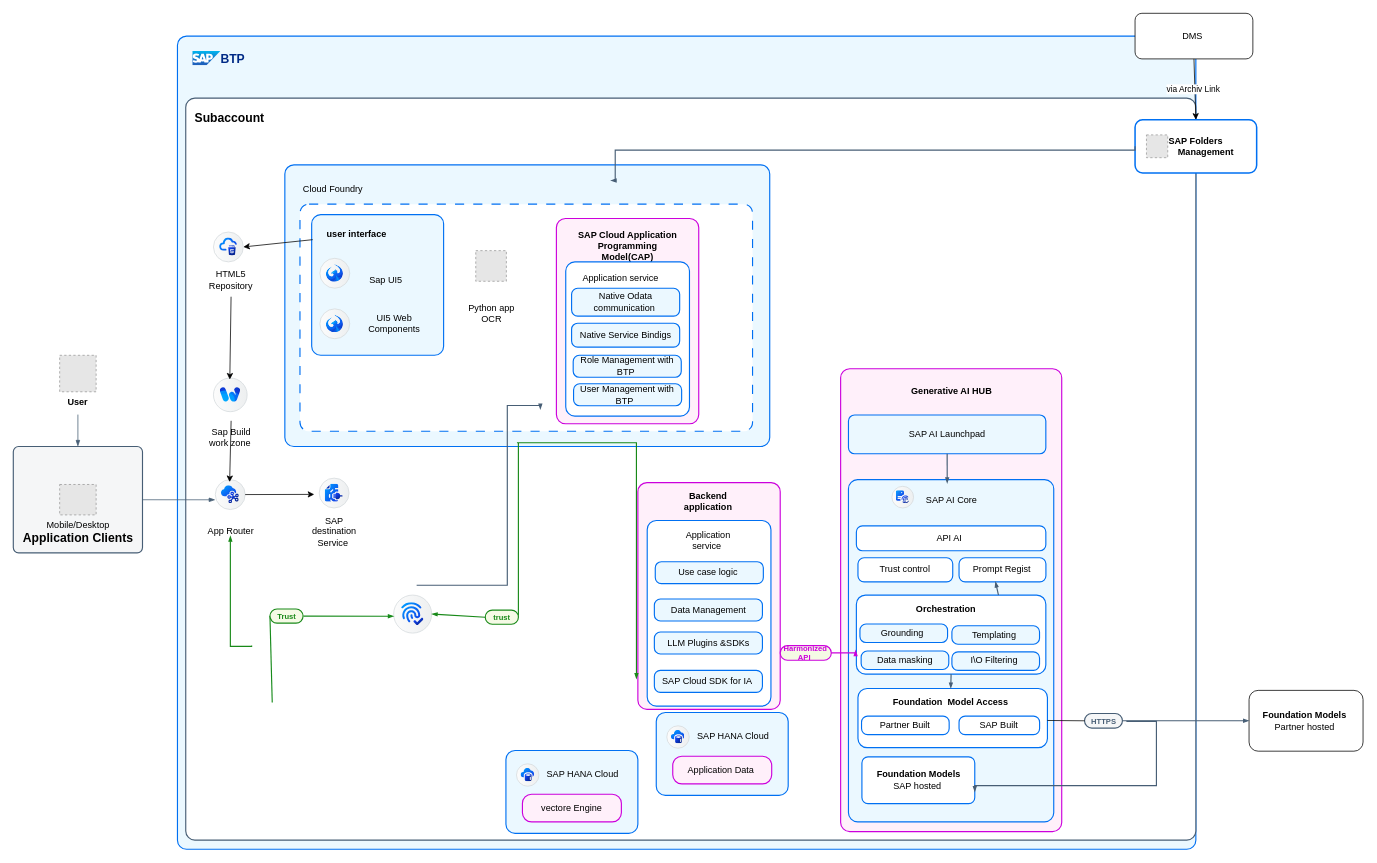
This is Appeals.drawio from sahar389/algorithem-voyelle, a draw.io file, before an edit. Source tidied: cells renumbered, new cells numbered last; positions are measured from the earlier drawing's top-left corner, leaving out a move shared by most shapes. Both pictures are drawn from the tidied source at 76%, with x=0, y=0 at pixel (13, 13). Pictures stored in the file or linked from it are replaced by grey dashed boxes.
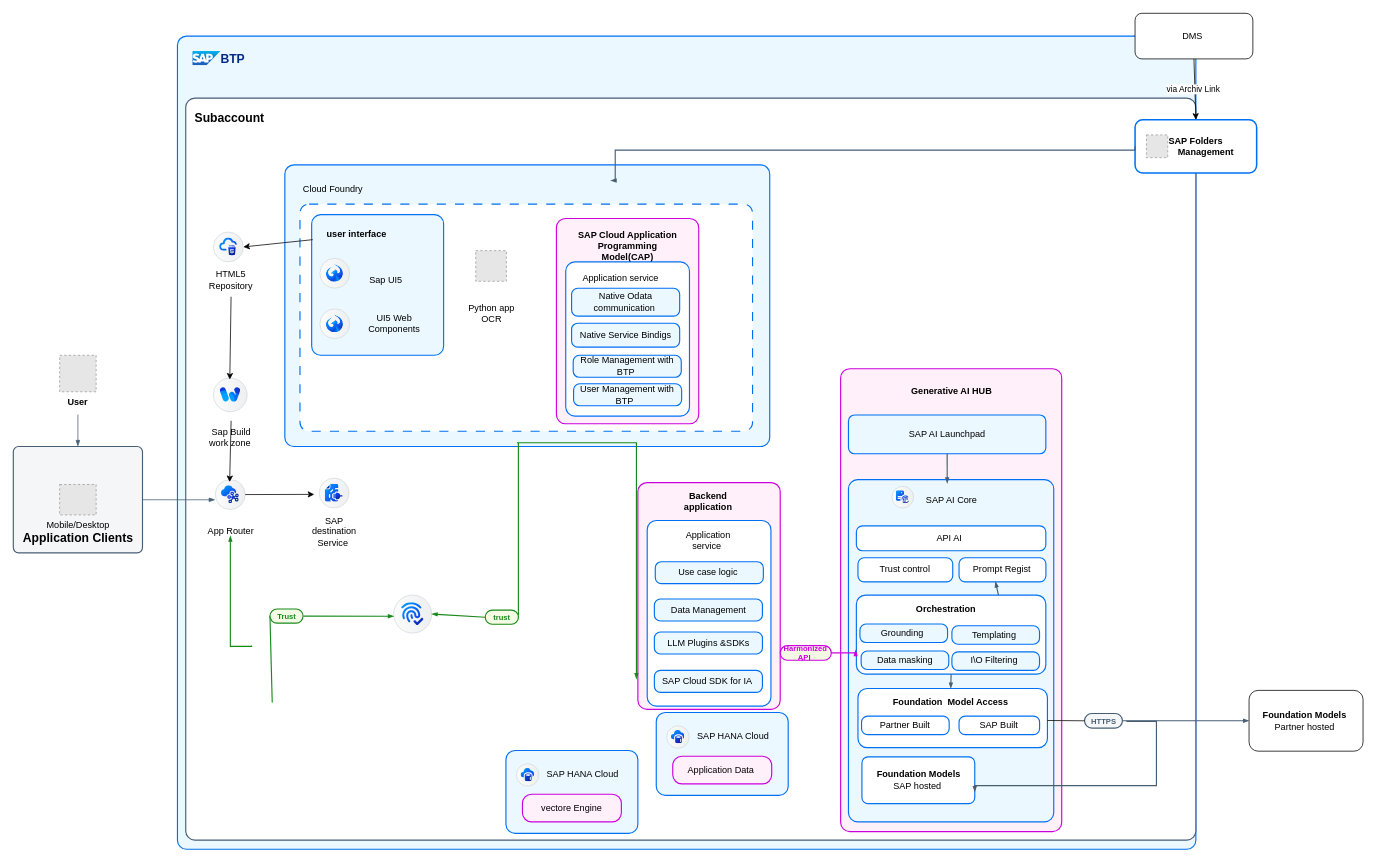
After the change.

Unchanged cells that the change refers to:
```xml
<mxCell id="2" style="rounded=1;whiteSpace=wrap;html=1;strokeColor=#0070F2;fillColor=#EBF8FF;arcSize=24;absoluteArcSize=1;imageWidth=64;imageHeight=64;strokeWidth=1.5;" parent="1" vertex="1">
  <mxGeometry x="216" y="30" width="1340" height="1070" as="geometry" />
</mxCell>
```

Change to the diagram source:
```diff
@@
-    <mxCell id="34" style="edgeStyle=orthogonalEdgeStyle;rounded=0;orthogonalLoop=1;jettySize=auto;html=1;fontSize=18;strokeColor=#475E75;fontFamily=Helvetica;fontColor=default;targetPerimeterSpacing=15;endSize=4;startSize=4;endArrow=blockThin;endFill=1;strokeWidth=1.5;startArrow=none;startFill=0;" parent="2" edge="1">
-      <mxGeometry relative="1" as="geometry">
-        <mxPoint x="314.7" y="722.5" as="sourcePoint" />
-        <mxPoint x="477.5" y="491.3" as="targetPoint" />
-        <Array as="points">
-          <mxPoint x="434" y="723" />
-          <mxPoint x="434" y="486" />
-          <mxPoint x="478" y="486" />
-        </Array>
-      </mxGeometry>
-    </mxCell>
```
